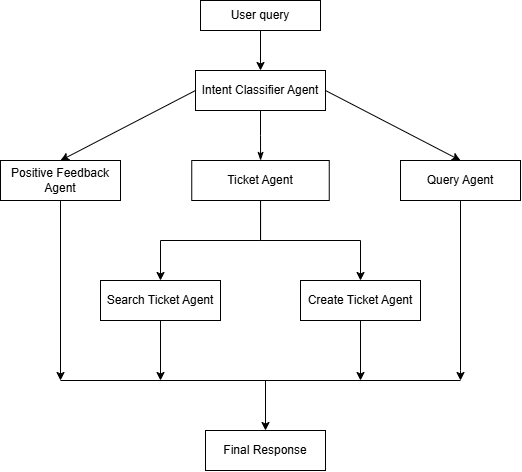
This is poc/multi_agent_design_diag.png from ritzban94/multi_agent_banking_support, a draw.io export, as it was before one commit. Source tidied: cells renumbered, new cells last; positions are measured from the earlier drawing's top-left corner, leaving out a move shared by most shapes.
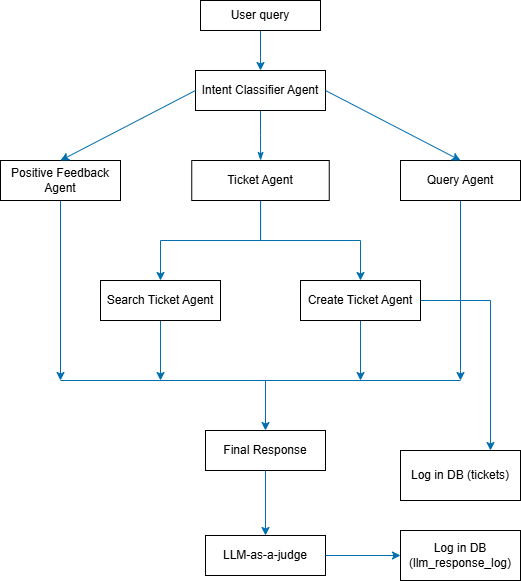
After the change.

Commit message:
updated agent flow diagram

Change to the diagram source:
```diff
@@ -2,21 +2,21 @@
   <root>
     <mxCell id="0" />
     <mxCell id="1" parent="0" />
-    <mxCell id="2" style="edgeStyle=orthogonalEdgeStyle;rounded=0;jettySize=auto;html=1;" parent="1" edge="1" source="3">
+    <mxCell id="2" style="edgeStyle=orthogonalEdgeStyle;rounded=0;jettySize=auto;html=1;fillColor=#1ba1e2;strokeColor=#006EAF;" parent="1" edge="1" source="3">
       <mxGeometry relative="1" as="geometry">
         <mxPoint x="260" y="70" as="targetPoint" />
       </mxGeometry>
     </mxCell>
-    <mxCell id="3" value="User query" style="rounded=0;whiteSpace=wrap;html=1;" parent="1" vertex="1">
+    <mxCell id="3" value="&lt;font style=&quot;color: light-dark(rgb(0, 0, 0), rgb(0, 0, 0));&quot;&gt;User query&lt;/font&gt;" style="rounded=0;whiteSpace=wrap;html=1;fillColor=light-dark(#FFFFFF,#FFFFFF);" parent="1" vertex="1">
       <mxGeometry x="200" width="120" height="30" as="geometry" />
     </mxCell>
-    <mxCell id="4" style="edgeStyle=orthogonalEdgeStyle;rounded=0;jettySize=auto;html=1;endArrow=classicThin;endFill=1;" parent="1" edge="1" source="5" target="8">
+    <mxCell id="4" style="edgeStyle=orthogonalEdgeStyle;rounded=0;jettySize=auto;html=1;endArrow=classicThin;endFill=1;fillColor=#1ba1e2;strokeColor=#006EAF;" parent="1" edge="1" source="5" target="8">
       <mxGeometry relative="1" as="geometry" />
     </mxCell>
-    <mxCell id="5" value="Intent Classifier Agent" style="rounded=0;whiteSpace=wrap;html=1;" parent="1" vertex="1">
+    <mxCell id="5" value="&lt;font style=&quot;color: light-dark(rgb(0, 0, 0), rgb(0, 0, 0));&quot;&gt;Intent Classifier Agent&lt;/font&gt;" style="rounded=0;whiteSpace=wrap;html=1;fillColor=light-dark(#FFFFFF,#FFFFFF);" parent="1" vertex="1">
       <mxGeometry x="195" y="70" width="130" height="40" as="geometry" />
     </mxCell>
-    <mxCell id="6" style="edgeStyle=orthogonalEdgeStyle;rounded=0;jettySize=auto;html=1;exitX=0.5;exitY=1;exitDx=0;exitDy=0;endArrow=classic;endFill=1;" parent="1" edge="1" source="8">
+    <mxCell id="6" style="edgeStyle=orthogonalEdgeStyle;rounded=0;jettySize=auto;html=1;exitX=0.5;exitY=1;exitDx=0;exitDy=0;endArrow=classic;endFill=1;fillColor=#1ba1e2;strokeColor=#006EAF;" parent="1" edge="1" source="8">
       <mxGeometry relative="1" as="geometry">
         <mxPoint x="160" y="280" as="targetPoint" />
         <Array as="points">
@@ -26,21 +26,21 @@
         </Array>
       </mxGeometry>
     </mxCell>
-    <mxCell id="7" style="edgeStyle=orthogonalEdgeStyle;rounded=0;jettySize=auto;html=1;" parent="1" edge="1" source="8" target="14">
+    <mxCell id="7" style="edgeStyle=orthogonalEdgeStyle;rounded=0;jettySize=auto;html=1;fillColor=#1ba1e2;strokeColor=#006EAF;" parent="1" edge="1" source="8" target="14">
       <mxGeometry relative="1" as="geometry" />
     </mxCell>
-    <mxCell id="8" value="Ticket Agent" style="whiteSpace=wrap;html=1;rounded=0;" parent="1" vertex="1">
+    <mxCell id="8" value="Ticket Agent" style="whiteSpace=wrap;html=1;rounded=0;fillColor=light-dark(#FFFFFF,#FFFFFF);fontColor=light-dark(#000000,#000000);" parent="1" vertex="1">
       <mxGeometry x="191.2" y="160" width="137.5" height="40" as="geometry" />
     </mxCell>
-    <mxCell id="9" style="edgeStyle=orthogonalEdgeStyle;rounded=0;jettySize=auto;html=1;" parent="1" edge="1" source="10">
+    <mxCell id="9" style="edgeStyle=orthogonalEdgeStyle;rounded=0;jettySize=auto;html=1;fillColor=#1ba1e2;strokeColor=#006EAF;" parent="1" edge="1" source="10">
       <mxGeometry relative="1" as="geometry">
         <mxPoint x="60" y="380" as="targetPoint" />
       </mxGeometry>
     </mxCell>
-    <mxCell id="10" value="Positive Feedback Agent" style="rounded=0;whiteSpace=wrap;html=1;" parent="1" vertex="1">
+    <mxCell id="10" value="&lt;font style=&quot;color: light-dark(rgb(0, 0, 0), rgb(0, 0, 0));&quot;&gt;Positive Feedback Agent&lt;/font&gt;" style="rounded=0;whiteSpace=wrap;html=1;fillColor=light-dark(#FFFFFF,#FFFFFF);" parent="1" vertex="1">
       <mxGeometry y="160" width="120" height="40" as="geometry" />
     </mxCell>
-    <mxCell id="11" style="edgeStyle=orthogonalEdgeStyle;rounded=0;jettySize=auto;html=1;" parent="1" edge="1" source="12">
+    <mxCell id="11" style="edgeStyle=orthogonalEdgeStyle;rounded=0;jettySize=auto;html=1;fillColor=#1ba1e2;strokeColor=#006EAF;" parent="1" edge="1" source="12">
       <mxGeometry relative="1" as="geometry">
         <mxPoint x="460" y="380" as="targetPoint" />
         <Array as="points">
@@ -49,46 +49,68 @@
         </Array>
       </mxGeometry>
     </mxCell>
-    <mxCell id="12" value="Query Agent" style="rounded=0;whiteSpace=wrap;html=1;" parent="1" vertex="1">
+    <mxCell id="12" value="Query Agent" style="rounded=0;whiteSpace=wrap;html=1;fillColor=light-dark(#FFFFFF,#FFFFFF);fontColor=light-dark(#000000,#000000);" parent="1" vertex="1">
       <mxGeometry x="400" y="160" width="120" height="40" as="geometry" />
     </mxCell>
-    <mxCell id="13" style="edgeStyle=orthogonalEdgeStyle;rounded=0;jettySize=auto;html=1;exitX=0.5;exitY=1;exitDx=0;exitDy=0;" parent="1" edge="1" source="14">
+    <mxCell id="13" style="edgeStyle=orthogonalEdgeStyle;rounded=0;jettySize=auto;html=1;exitX=0.5;exitY=1;exitDx=0;exitDy=0;fillColor=#1ba1e2;strokeColor=#006EAF;" parent="1" edge="1" source="14">
       <mxGeometry relative="1" as="geometry">
         <mxPoint x="360" y="380" as="targetPoint" />
       </mxGeometry>
     </mxCell>
-    <mxCell id="14" value="Create Ticket Agent" style="whiteSpace=wrap;html=1;rounded=0;" parent="1" vertex="1">
+    <mxCell id="14" value="Create Ticket Agent" style="whiteSpace=wrap;html=1;rounded=0;fillColor=light-dark(#FFFFFF,#FFFFFF);fontColor=light-dark(#000000,#000000);" parent="1" vertex="1">
       <mxGeometry x="300" y="280" width="120" height="40" as="geometry" />
     </mxCell>
-    <mxCell id="15" style="edgeStyle=orthogonalEdgeStyle;rounded=0;jettySize=auto;html=1;" parent="1" edge="1" source="16">
+    <mxCell id="15" style="edgeStyle=orthogonalEdgeStyle;rounded=0;jettySize=auto;html=1;fillColor=#1ba1e2;strokeColor=#006EAF;" parent="1" edge="1" source="16">
       <mxGeometry relative="1" as="geometry">
         <mxPoint x="160" y="380" as="targetPoint" />
       </mxGeometry>
     </mxCell>
-    <mxCell id="16" value="Search Ticket Agent" style="whiteSpace=wrap;html=1;rounded=0;" parent="1" vertex="1">
+    <mxCell id="16" value="Search Ticket Agent" style="whiteSpace=wrap;html=1;rounded=0;fillColor=light-dark(#FFFFFF,#FFFFFF);fontColor=light-dark(#000000,#000000);" parent="1" vertex="1">
       <mxGeometry x="100" y="280" width="120" height="40" as="geometry" />
     </mxCell>
-    <mxCell id="17" value="Final Response" style="rounded=0;whiteSpace=wrap;html=1;" parent="1" vertex="1">
+    <mxCell id="17" value="Final Response" style="rounded=0;whiteSpace=wrap;html=1;fillColor=light-dark(#FFFFFF,#FFFFFF);fontColor=light-dark(#000000,#000000);" parent="1" vertex="1">
       <mxGeometry x="205" y="430" width="120" height="40" as="geometry" />
     </mxCell>
-    <mxCell id="18" style="endArrow=none;html=1;rounded=0;" parent="1" edge="1">
+    <mxCell id="18" style="endArrow=none;html=1;rounded=0;fillColor=#1ba1e2;strokeColor=#006EAF;" parent="1" edge="1">
       <mxGeometry relative="1" as="geometry">
         <mxPoint x="60" y="380" as="sourcePoint" />
         <mxPoint x="460" y="380" as="targetPoint" />
       </mxGeometry>
     </mxCell>
-    <mxCell id="19" style="endArrow=classic;html=1;rounded=0;entryX=0.5;entryY=0;entryDx=0;entryDy=0;" parent="1" edge="1" target="17">
+    <mxCell id="19" style="endArrow=classic;html=1;rounded=0;entryX=0.5;entryY=0;entryDx=0;entryDy=0;fillColor=#1ba1e2;strokeColor=#006EAF;" parent="1" edge="1" target="17">
       <mxGeometry relative="1" as="geometry">
         <mxPoint x="265" y="380" as="sourcePoint" />
       </mxGeometry>
     </mxCell>
-    <mxCell id="20" style="endArrow=classic;html=1;rounded=0;entryX=0.5;entryY=0;entryDx=0;entryDy=0;" parent="1" edge="1" target="12">
+    <mxCell id="20" style="endArrow=classic;html=1;rounded=0;entryX=0.5;entryY=0;entryDx=0;entryDy=0;fillColor=#1ba1e2;strokeColor=#006EAF;" parent="1" edge="1" target="12">
       <mxGeometry relative="1" as="geometry">
         <mxPoint x="325" y="90" as="sourcePoint" />
       </mxGeometry>
     </mxCell>
-    <mxCell id="21" style="endArrow=classic;html=1;rounded=0;exitX=0;exitY=0.5;exitDx=0;exitDy=0;entryX=0.5;entryY=0;entryDx=0;entryDy=0;" parent="1" edge="1" source="5" target="10">
+    <mxCell id="21" style="endArrow=classic;html=1;rounded=0;exitX=0;exitY=0.5;exitDx=0;exitDy=0;entryX=0.5;entryY=0;entryDx=0;entryDy=0;fillColor=#1ba1e2;strokeColor=#006EAF;" parent="1" edge="1" source="5" target="10">
       <mxGeometry relative="1" as="geometry" />
     </mxCell>
+    <mxCell id="22" value="LLM-as-a-judge" style="rounded=0;whiteSpace=wrap;html=1;fillColor=light-dark(#FFFFFF,#FFFFFF);fontColor=light-dark(#000000,#000000);" parent="1" vertex="1">
+      <mxGeometry x="205" y="535" width="120" height="40" as="geometry" />
+    </mxCell>
+    <mxCell id="23" style="endArrow=classic;html=1;rounded=0;entryX=0.5;entryY=0;entryDx=0;entryDy=0;fillColor=#1ba1e2;strokeColor=#006EAF;exitX=0.5;exitY=1;exitDx=0;exitDy=0;" parent="1" edge="1" source="17" target="22">
+      <mxGeometry relative="1" as="geometry" />
+    </mxCell>
+    <mxCell id="24" style="endArrow=classic;html=1;rounded=0;fillColor=#1ba1e2;strokeColor=#006EAF;entryX=0;entryY=0.5;entryDx=0;entryDy=0;exitX=1;exitY=0.5;exitDx=0;exitDy=0;" parent="1" edge="1" source="22" target="25">
+      <mxGeometry relative="1" as="geometry" />
+    </mxCell>
+    <mxCell id="25" value="Log in DB (llm_response_log)" style="rounded=0;whiteSpace=wrap;html=1;fillColor=light-dark(#FFFFFF,#FFFFFF);fontColor=light-dark(#000000,#000000);" parent="1" vertex="1">
+      <mxGeometry x="400" y="530" width="120" height="50" as="geometry" />
+    </mxCell>
+    <mxCell id="26" style="endArrow=classic;html=1;rounded=0;exitX=1;exitY=0.5;exitDx=0;exitDy=0;fillColor=#1ba1e2;strokeColor=#006EAF;entryX=0.75;entryY=0;entryDx=0;entryDy=0;" parent="1" edge="1" source="14" target="27">
+      <mxGeometry relative="1" as="geometry">
+        <Array as="points">
+          <mxPoint x="490" y="300" />
+        </Array>
+      </mxGeometry>
+    </mxCell>
+    <mxCell id="27" value="Log in DB (tickets)" style="rounded=0;whiteSpace=wrap;html=1;fillColor=light-dark(#FFFFFF,#FFFFFF);fontColor=light-dark(#000000,#000000);" parent="1" vertex="1">
+      <mxGeometry x="400" y="450" width="120" height="50" as="geometry" />
+    </mxCell>
   </root>
 </mxGraphModel>
```
